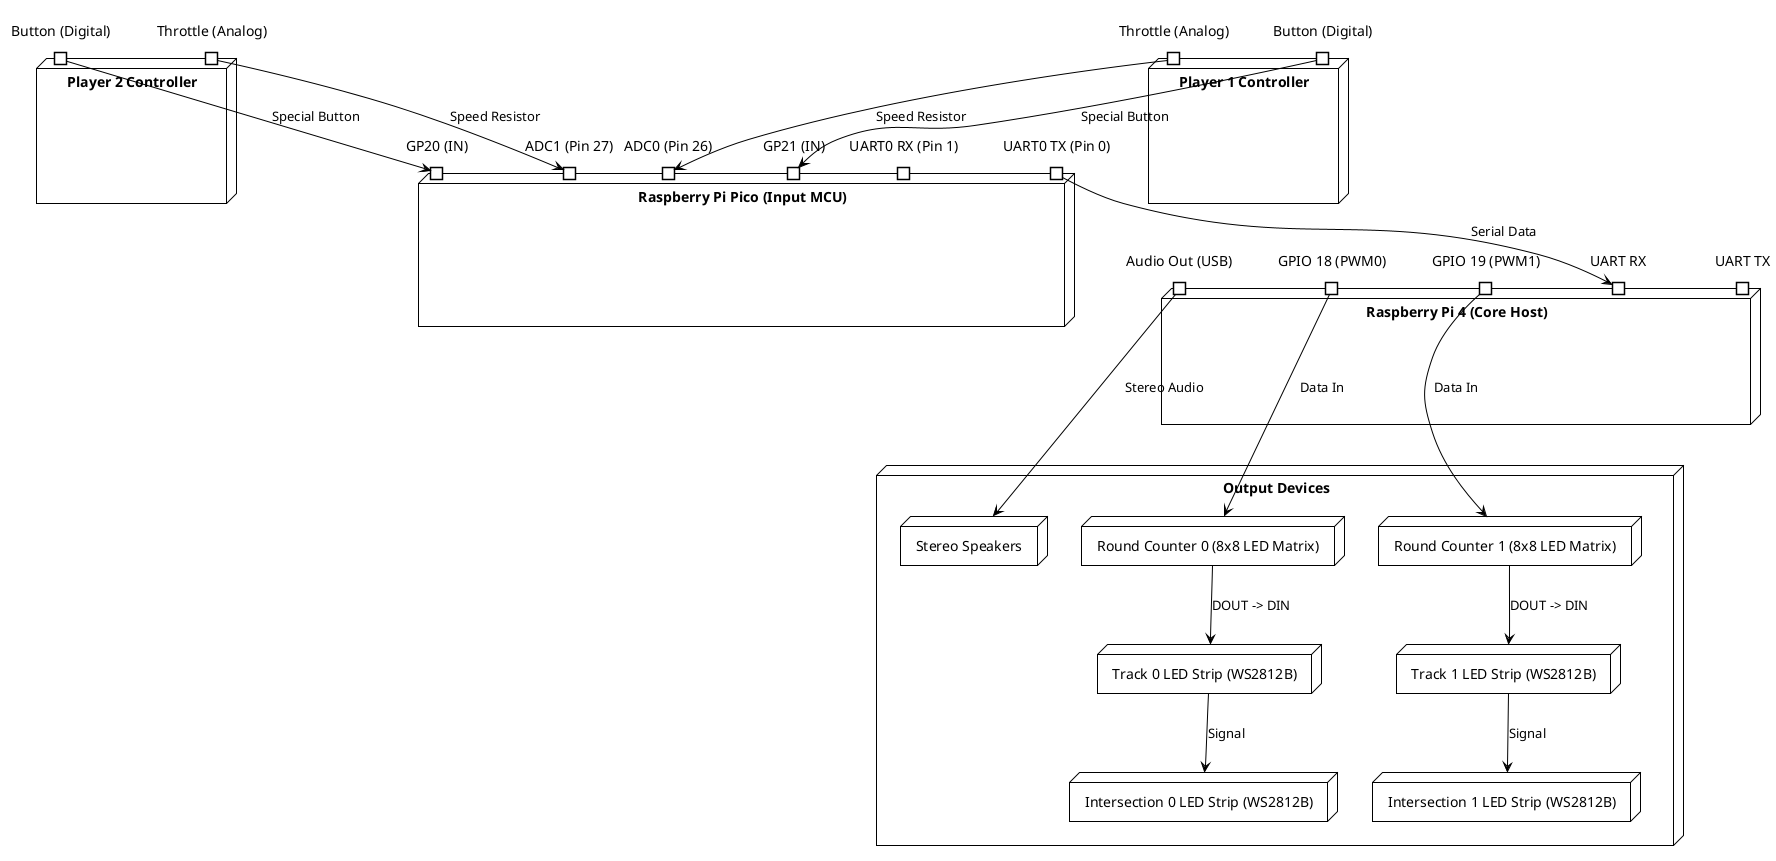
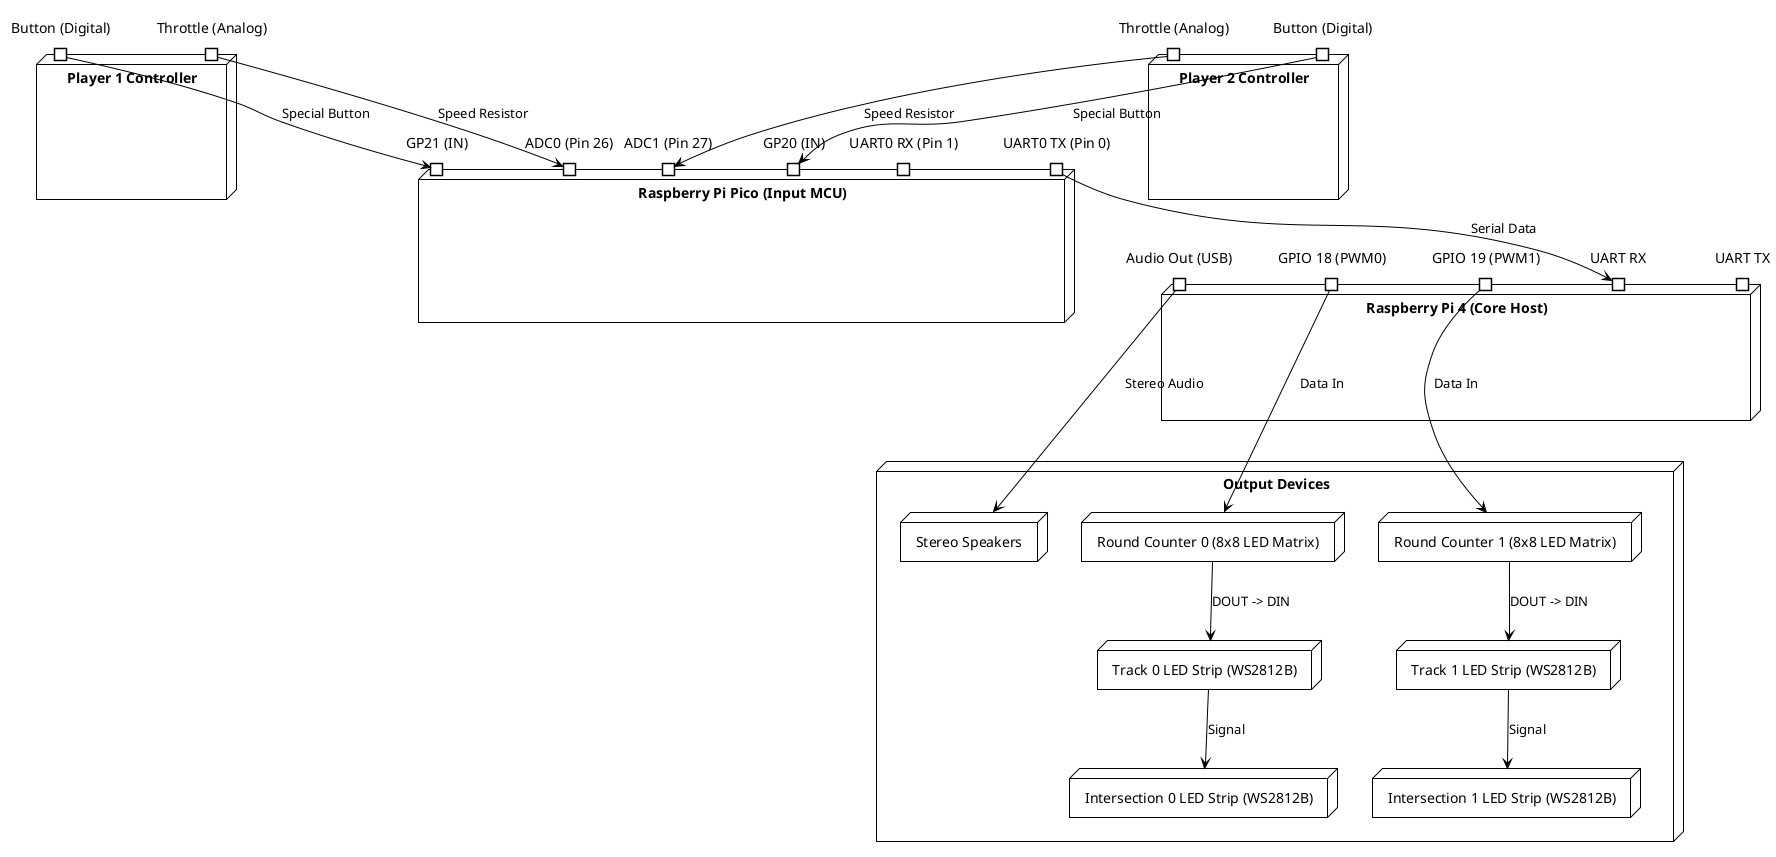
@startuml
!theme plain
'skinparam linetype ortho

node "Player 1 Controller" as P1_Ctrl {
  port "Throttle (Analog)" as P1_A
  port "Button (Digital)" as P1_D
}
node "Player 2 Controller" as P2_Ctrl {
  port "Throttle (Analog)" as P2_A
  port "Button (Digital)" as P2_D
}

node "Raspberry Pi Pico (Input MCU)" as Pico {
  port "ADC0 (Pin 26)" as pADC1
  port "GP21 (IN)" as pD1
  port "ADC1 (Pin 27)" as pADC2
  port "GP20 (IN)" as pD2
  port "UART0 TX (Pin 0)" as pTX
  port "UART0 RX (Pin 1)" as pRX
}

node "Raspberry Pi 4 (Core Host)" as RPi4 {
  port "Audio Out (USB)" as rAudio
  port "GPIO 18 (PWM0)" as rGPIO18
  port "GPIO 19 (PWM1)" as rGPIO19
  port "UART RX" as rRX
  port "UART TX" as rTX
}

node "Output Devices" {
  node "Stereo Speakers" as Speakers

  node "Round Counter 0 (8x8 LED Matrix)" as Matrix0
  node "Track 0 LED Strip (WS2812B)" as Track0
  node "Intersection 0 LED Strip (WS2812B)" as Intersection0

  node "Round Counter 1 (8x8 LED Matrix)" as Matrix1
  node "Track 1 LED Strip (WS2812B)" as Track1
  node "Intersection 1 LED Strip (WS2812B)" as Intersection1
}

' --- Connections ---
pTX --> rRX : Serial Data
'pRX <-[norank]- rTX : Unused

P1_A --> pADC1 : Speed Resistor
P1_D --> pD1 : Special Button
P2_A --> pADC2 : Speed Resistor
P2_D --> pD2 : Special Button

rAudio --> Speakers : Stereo Audio
rGPIO18 --> Matrix0 : Data In
rGPIO19 --> Matrix1 : Data In

Matrix0 --> Track0 : DOUT -> DIN
Track0 --> Intersection0 : Signal

Matrix1 --> Track1 : DOUT -> DIN
Track1 --> Intersection1 : Signal

' --- Layout Ordering Constraints ---
'PlayerControllers
- P1_D -[hidden]left-> P2_A
+ P1_D -[hidden]right-> P2_A

'Pico
P1_D -[hidden]down-> Pico
P2_A -[hidden]down-> Pico

'Pi 4
'Pico -[hidden]down-> RPi4
pTX -[hidden]down-> rRX

' Output
RPi4 -[hidden]down-> "Output Devices"
@enduml